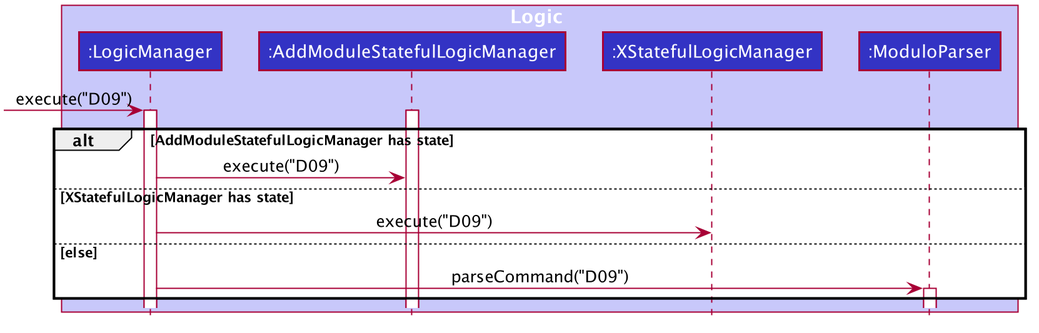
Before: docs/images/MultipleHasStateSequenceDiagram.png, a diagram exported from PlantUML (zhuhanming/main).
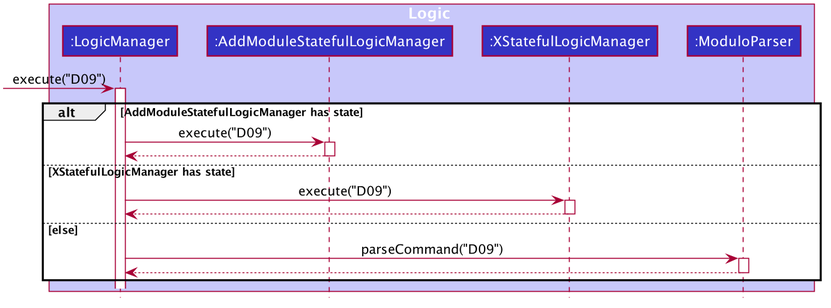
Later version of the same file.

What changed in the source:
```diff
@@ -57,16 +57,26 @@
 
 [-> LogicManager : execute("D09")
 activate LogicManager
-activate AddModuleStatefulLogicManager
 
 alt AddModuleStatefulLogicManager has state
 LogicManager -> AddModuleStatefulLogicManager : execute("D09")
+activate AddModuleStatefulLogicManager
+
+AddModuleStatefulLogicManager --> LogicManager
+deactivate AddModuleStatefulLogicManager
 
 else XStatefulLogicManager has state
 LogicManager -> XStatefulLogicManager : execute("D09")
+activate XStatefulLogicManager
+
+XStatefulLogicManager --> LogicManager
+deactivate XStatefulLogicManager
 
 else else
 LogicManager -> ModuloParser : parseCommand("D09")
 activate ModuloParser
+
+ModuloParser --> LogicManager
+deactivate ModuloParser
 end
 @enduml
```
